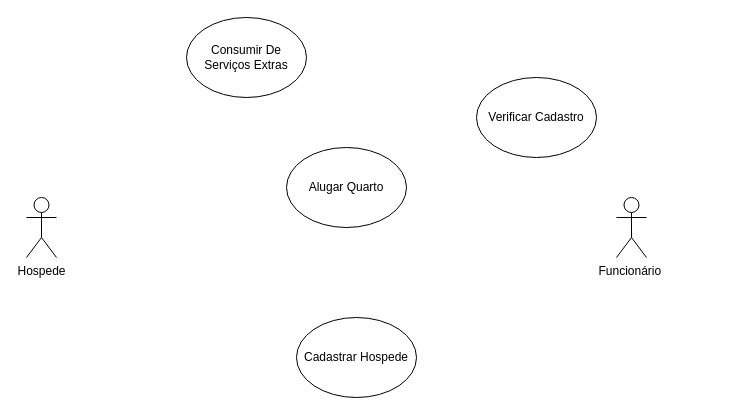
Above: Controle De Hotelaria.drawio in ArcanjoDaGuarda/AnjoProjetos (draw.io), before the change. Source tidied: cells renumbered, new cells numbered last; positions are measured from the earlier drawing's top-left corner, leaving out a move shared by most shapes. Both pictures are drawn from the tidied source at 100%, with x=0, y=0 at pixel (26, 17).
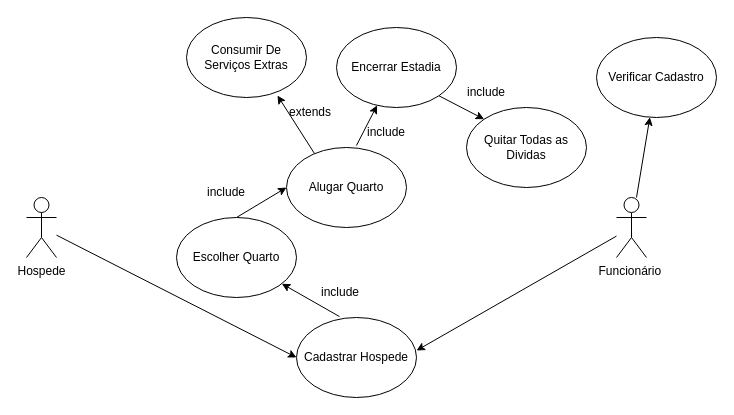
Above is the later version.

Unchanged cells that the change refers to:
```xml
<mxCell id="2" value="Hospede" style="shape=umlActor;verticalLabelPosition=bottom;verticalAlign=top;html=1;outlineConnect=0;" parent="1" vertex="1">
  <mxGeometry y="180" width="30" height="60" as="geometry" />
</mxCell>
<mxCell id="3" value="Funcionário&amp;nbsp;" style="shape=umlActor;verticalLabelPosition=bottom;verticalAlign=top;html=1;outlineConnect=0;" parent="1" vertex="1">
  <mxGeometry x="590" y="180" width="30" height="60" as="geometry" />
</mxCell>
<mxCell id="4" value="Alugar Quarto" style="ellipse;whiteSpace=wrap;html=1;" parent="1" vertex="1">
  <mxGeometry x="260" y="130" width="120" height="80" as="geometry" />
</mxCell>
<mxCell id="6" value="Cadastrar Hospede" style="ellipse;whiteSpace=wrap;html=1;" parent="1" vertex="1">
  <mxGeometry x="270" y="300" width="120" height="80" as="geometry" />
</mxCell>
<mxCell id="7" value="Consumir De Serviços Extras" style="ellipse;whiteSpace=wrap;html=1;" parent="1" vertex="1">
  <mxGeometry x="160" width="120" height="80" as="geometry" />
</mxCell>
```

The edit, as a diff of the source:
```diff
@@
     <mxCell id="5" value="Verificar Cadastro" style="ellipse;whiteSpace=wrap;html=1;" parent="1" vertex="1">
-      <mxGeometry x="450" y="60" width="120" height="80" as="geometry" />
+      <mxGeometry x="570" y="20" width="120" height="80" as="geometry" />
     </mxCell>
@@
+    <mxCell id="8" value="Escolher Quarto" style="ellipse;whiteSpace=wrap;html=1;" parent="1" vertex="1">
+      <mxGeometry x="150" y="200" width="120" height="80" as="geometry" />
+    </mxCell>
+    <mxCell id="9" style="endArrow=classic;html=1;rounded=0;entryX=0;entryY=0.5;entryDx=0;entryDy=0;" parent="1" edge="1" source="2" target="6">
+      <mxGeometry relative="1" as="geometry" />
+    </mxCell>
+    <mxCell id="10" style="endArrow=classic;html=1;rounded=0;entryX=1;entryY=0.413;entryDx=0;entryDy=0;entryPerimeter=0;" parent="1" edge="1" source="3" target="6">
+      <mxGeometry relative="1" as="geometry" />
+    </mxCell>
+    <mxCell id="11" style="endArrow=classic;html=1;rounded=0;" parent="1" edge="1" source="3" target="5">
+      <mxGeometry relative="1" as="geometry" />
+    </mxCell>
+    <mxCell id="12" style="endArrow=classic;html=1;rounded=0;exitX=0.358;exitY=-0.012;exitDx=0;exitDy=0;exitPerimeter=0;" parent="1" edge="1" source="6" target="8">
+      <mxGeometry relative="1" as="geometry" />
+    </mxCell>
+    <mxCell id="13" style="endArrow=classic;html=1;rounded=0;exitX=0.5;exitY=0;exitDx=0;exitDy=0;entryX=0;entryY=0.5;entryDx=0;entryDy=0;" parent="1" edge="1" source="8" target="4">
+      <mxGeometry relative="1" as="geometry" />
+    </mxCell>
+    <mxCell id="14" style="endArrow=classic;html=1;rounded=0;entryX=0.758;entryY=0.975;entryDx=0;entryDy=0;entryPerimeter=0;exitX=0.233;exitY=0.075;exitDx=0;exitDy=0;exitPerimeter=0;" parent="1" edge="1" source="4" target="7">
+      <mxGeometry relative="1" as="geometry" />
+    </mxCell>
+    <mxCell id="15" value="Encerrar Estadia" style="ellipse;whiteSpace=wrap;html=1;" parent="1" vertex="1">
+      <mxGeometry x="310" y="10" width="120" height="80" as="geometry" />
+    </mxCell>
+    <mxCell id="16" style="endArrow=classic;html=1;rounded=0;exitX=0.583;exitY=-0.025;exitDx=0;exitDy=0;exitPerimeter=0;" parent="1" edge="1" source="4" target="15">
+      <mxGeometry relative="1" as="geometry" />
+    </mxCell>
+    <mxCell id="17" value="Quitar Todas as Dividas" style="ellipse;whiteSpace=wrap;html=1;" parent="1" vertex="1">
+      <mxGeometry x="440" y="90" width="120" height="80" as="geometry" />
+    </mxCell>
+    <mxCell id="18" style="endArrow=classic;html=1;rounded=0;entryX=0;entryY=0;entryDx=0;entryDy=0;exitX=1;exitY=1;exitDx=0;exitDy=0;" parent="1" edge="1" source="15" target="17">
+      <mxGeometry relative="1" as="geometry" />
+    </mxCell>
+    <mxCell id="19" value="include" style="text;html=1;strokeColor=none;fillColor=none;align=center;verticalAlign=middle;whiteSpace=wrap;rounded=0;" parent="1" vertex="1">
+      <mxGeometry x="284" y="260" width="60" height="30" as="geometry" />
+    </mxCell>
+    <mxCell id="20" value="include" style="text;html=1;strokeColor=none;fillColor=none;align=center;verticalAlign=middle;whiteSpace=wrap;rounded=0;" parent="1" vertex="1">
+      <mxGeometry x="170" y="160" width="60" height="30" as="geometry" />
+    </mxCell>
+    <mxCell id="21" value="include" style="text;html=1;strokeColor=none;fillColor=none;align=center;verticalAlign=middle;whiteSpace=wrap;rounded=0;" parent="1" vertex="1">
+      <mxGeometry x="330" y="100" width="60" height="30" as="geometry" />
+    </mxCell>
+    <mxCell id="22" value="include" style="text;html=1;strokeColor=none;fillColor=none;align=center;verticalAlign=middle;whiteSpace=wrap;rounded=0;" parent="1" vertex="1">
+      <mxGeometry x="430" y="60" width="60" height="30" as="geometry" />
+    </mxCell>
+    <mxCell id="23" value="extends" style="text;html=1;strokeColor=none;fillColor=none;align=center;verticalAlign=middle;whiteSpace=wrap;rounded=0;" parent="1" vertex="1">
+      <mxGeometry x="254" y="80" width="60" height="30" as="geometry" />
+    </mxCell>
```
